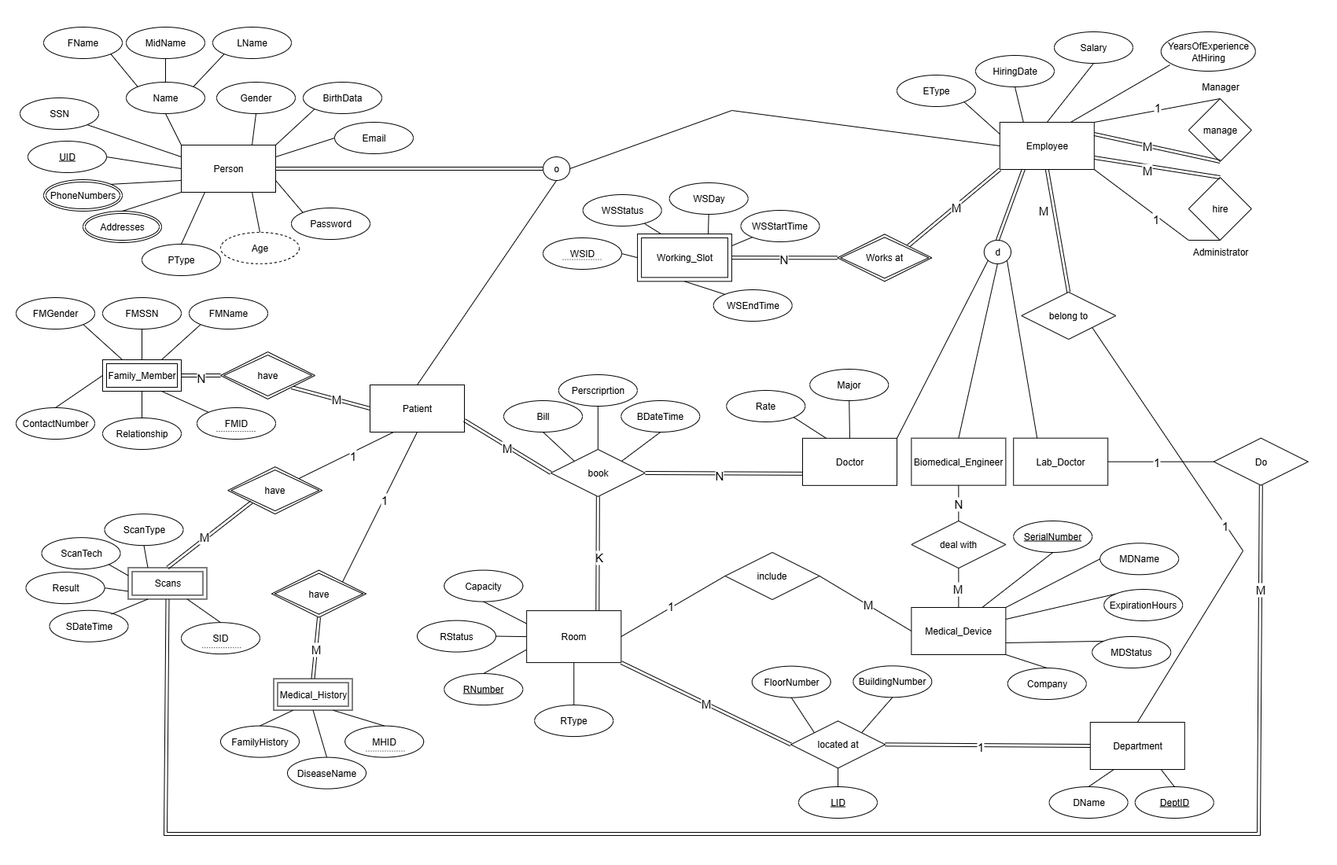
This is deliverables/erd/CMS_ERD.png from MazenAtlam/clinical_management_system, a draw.io export, as it was before one commit. Source tidied: cells renumbered, new cells last; positions are measured from the earlier drawing's top-left corner, leaving out a move shared by most shapes.
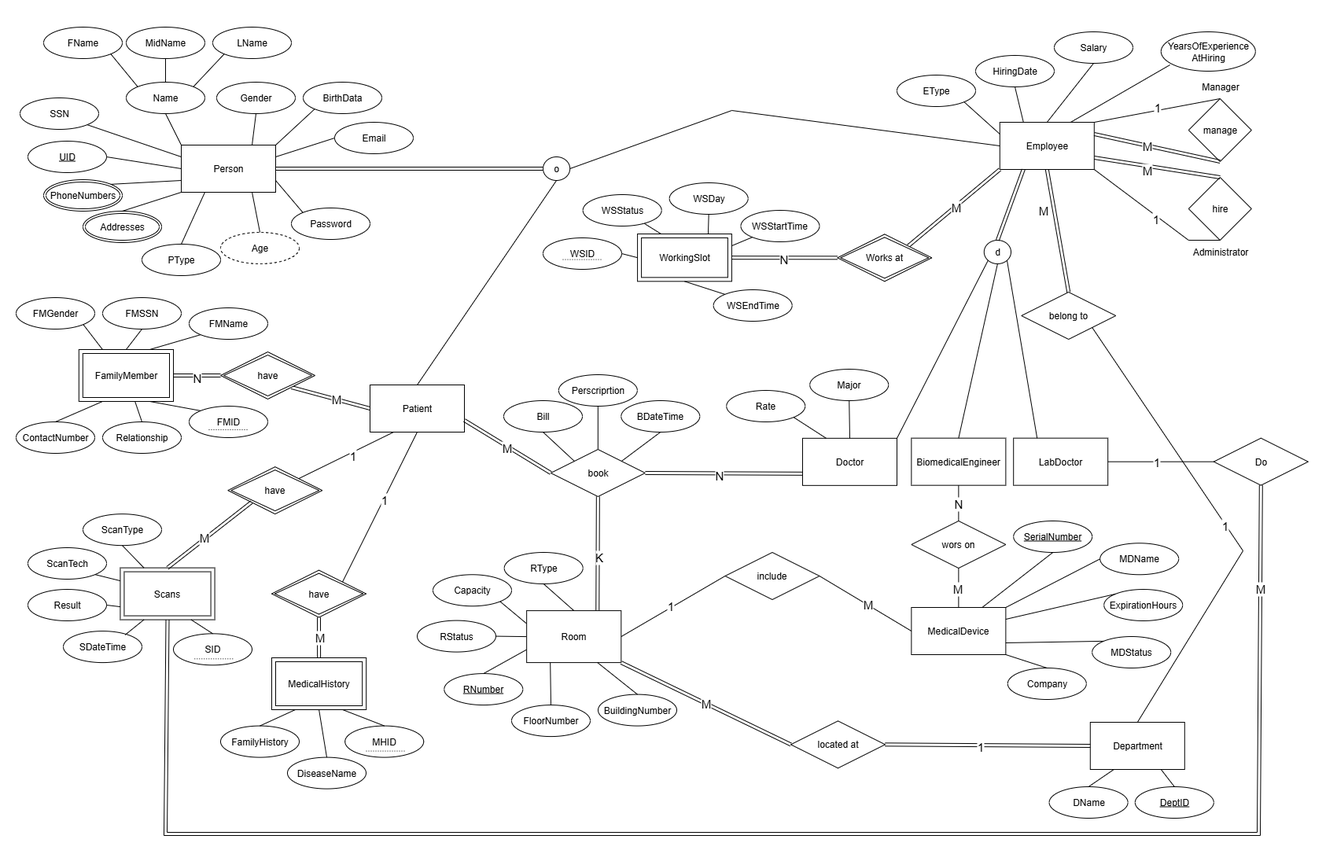
Later version of the same file.

Diff of the diagram source:
```diff
@@ -5,7 +5,7 @@
     <mxCell id="2" value="Department" style="rounded=0;whiteSpace=wrap;html=1;" parent="1" vertex="1">
       <mxGeometry x="1365.8" y="884" width="120" height="60" as="geometry" />
     </mxCell>
-    <mxCell id="3" value="Medical_Device" style="rounded=0;whiteSpace=wrap;html=1;" parent="1" vertex="1">
+    <mxCell id="3" value="MedicalDevice" style="rounded=0;whiteSpace=wrap;html=1;" parent="1" vertex="1">
       <mxGeometry x="1138.4" y="738" width="120" height="60" as="geometry" />
     </mxCell>
     <mxCell id="4" value="Employee" style="rounded=0;whiteSpace=wrap;html=1;" parent="1" vertex="1">
@@ -17,7 +17,7 @@
     <mxCell id="6" value="Doctor" style="rounded=0;whiteSpace=wrap;html=1;" parent="1" vertex="1">
       <mxGeometry x="1000" y="522.8" width="120" height="60" as="geometry" />
     </mxCell>
-    <mxCell id="7" value="Biomedical_Engineer" style="rounded=0;whiteSpace=wrap;html=1;" parent="1" vertex="1">
+    <mxCell id="7" value="BiomedicalEngineer" style="rounded=0;whiteSpace=wrap;html=1;" parent="1" vertex="1">
       <mxGeometry x="1138.4" y="522.7" width="120" height="60" as="geometry" />
     </mxCell>
     <mxCell id="8" value="Salary" style="ellipse;whiteSpace=wrap;html=1;align=center;" parent="1" vertex="1">
@@ -129,7 +129,7 @@
     <mxCell id="38" value="M" style="edgeLabel;html=1;align=center;verticalAlign=middle;fontSize=15;" parent="37" vertex="1">
       <mxGeometry x="-0.02" y="-1" relative="1" as="geometry" />
     </mxCell>
-    <mxCell id="39" value="deal with" style="shape=rhombus;perimeter=rhombusPerimeter;whiteSpace=wrap;html=1;align=center;" parent="1" vertex="1">
+    <mxCell id="39" value="wors on" style="shape=rhombus;perimeter=rhombusPerimeter;whiteSpace=wrap;html=1;align=center;" parent="1" vertex="1">
       <mxGeometry x="1138.4" y="628" width="120" height="60" as="geometry" />
     </mxCell>
     <mxCell id="40" style="endArrow=none;html=1;rounded=0;exitX=0.5;exitY=1;exitDx=0;exitDy=0;entryX=0.5;entryY=0;entryDx=0;entryDy=0;" parent="1" edge="1" source="7" target="39">
@@ -222,7 +222,7 @@
       <mxGeometry relative="1" as="geometry" />
     </mxCell>
     <mxCell id="69" value="Relationship" style="ellipse;whiteSpace=wrap;html=1;align=center;" parent="1" vertex="1">
-      <mxGeometry x="110" y="497" width="100" height="40" as="geometry" />
+      <mxGeometry x="110" y="502" width="100" height="40" as="geometry" />
     </mxCell>
     <mxCell id="70" style="endArrow=none;html=1;rounded=0;exitX=0.5;exitY=0;exitDx=0;exitDy=0;" parent="1" edge="1" source="69" target="157">
       <mxGeometry relative="1" as="geometry" />
@@ -264,7 +264,7 @@
       <mxGeometry relative="1" as="geometry" />
     </mxCell>
     <mxCell id="83" value="FMName" style="ellipse;whiteSpace=wrap;html=1;align=center;" parent="1" vertex="1">
-      <mxGeometry x="220" y="344" width="100" height="40" as="geometry" />
+      <mxGeometry x="220" y="357" width="100" height="40" as="geometry" />
     </mxCell>
     <mxCell id="84" value="FMGender" style="ellipse;whiteSpace=wrap;html=1;align=center;" parent="1" vertex="1">
       <mxGeometry y="344" width="100" height="40" as="geometry" />
@@ -276,9 +276,9 @@
       <mxGeometry relative="1" as="geometry" />
     </mxCell>
     <mxCell id="87" value="ContactNumber" style="ellipse;whiteSpace=wrap;html=1;align=center;" parent="1" vertex="1">
-      <mxGeometry y="484" width="100" height="40" as="geometry" />
+      <mxGeometry y="502" width="100" height="40" as="geometry" />
     </mxCell>
-    <mxCell id="88" style="endArrow=none;html=1;rounded=0;exitX=0;exitY=0.5;exitDx=0;exitDy=0;entryX=0.5;entryY=0;entryDx=0;entryDy=0;" parent="1" edge="1" source="157" target="87">
+    <mxCell id="88" style="endArrow=none;html=1;rounded=0;exitX=0.25;exitY=1;exitDx=0;exitDy=0;entryX=0.5;entryY=0;entryDx=0;entryDy=0;" parent="1" edge="1" source="157" target="87">
       <mxGeometry relative="1" as="geometry" />
     </mxCell>
     <mxCell id="89" value="FamilyHistory" style="ellipse;whiteSpace=wrap;html=1;align=center;" parent="1" vertex="1">
@@ -318,9 +318,9 @@
       <mxGeometry relative="1" as="geometry" />
     </mxCell>
     <mxCell id="101" value="Capacity" style="ellipse;whiteSpace=wrap;html=1;align=center;" parent="1" vertex="1">
-      <mxGeometry x="544.3" y="690.6" width="100" height="40" as="geometry" />
+      <mxGeometry x="530" y="696.3" width="100" height="40" as="geometry" />
     </mxCell>
-    <mxCell id="102" style="endArrow=none;html=1;rounded=0;exitX=0.5;exitY=1;exitDx=0;exitDy=0;entryX=0;entryY=0.25;entryDx=0;entryDy=0;" parent="1" edge="1" source="101" target="136">
+    <mxCell id="102" style="endArrow=none;html=1;rounded=0;exitX=1;exitY=1;exitDx=0;exitDy=0;entryX=0;entryY=0.25;entryDx=0;entryDy=0;" parent="1" edge="1" source="101" target="136">
       <mxGeometry relative="1" as="geometry" />
     </mxCell>
     <mxCell id="103" value="&lt;u&gt;DeptID&lt;/u&gt;" style="ellipse;whiteSpace=wrap;html=1;align=center;" parent="1" vertex="1">
@@ -359,7 +359,7 @@
     <mxCell id="114" style="endArrow=none;html=1;rounded=0;exitX=0.5;exitY=0;exitDx=0;exitDy=0;entryX=0.25;entryY=1;entryDx=0;entryDy=0;" parent="1" edge="1" source="113" target="2">
       <mxGeometry relative="1" as="geometry" />
     </mxCell>
-    <mxCell id="115" value="Working_Slot" style="shape=ext;margin=3;double=1;whiteSpace=wrap;html=1;align=center;" parent="1" vertex="1">
+    <mxCell id="115" value="WorkingSlot" style="shape=ext;margin=3;double=1;whiteSpace=wrap;html=1;align=center;" parent="1" vertex="1">
       <mxGeometry x="790.1" y="263" width="119.8" height="60.3" as="geometry" />
     </mxCell>
     <mxCell id="116" value="WSDay" style="ellipse;whiteSpace=wrap;html=1;align=center;" parent="1" vertex="1">
@@ -375,7 +375,7 @@
       <mxGeometry relative="1" as="geometry" />
     </mxCell>
     <mxCell id="120" value="FMID" style="ellipse;whiteSpace=wrap;html=1;align=center;" parent="1" vertex="1">
-      <mxGeometry x="230" y="484" width="100" height="40" as="geometry" />
+      <mxGeometry x="220" y="482" width="100" height="40" as="geometry" />
     </mxCell>
     <mxCell id="121" style="endArrow=none;html=1;rounded=0;exitX=0.75;exitY=1;exitDx=0;exitDy=0;entryX=0;entryY=0;entryDx=0;entryDy=0;" parent="1" edge="1" source="157" target="120">
       <mxGeometry relative="1" as="geometry" />
@@ -428,26 +428,20 @@
       <mxGeometry x="649.2" y="742.1" width="120.2" height="66" as="geometry" />
     </mxCell>
     <mxCell id="137" value="FloorNumber" style="ellipse;whiteSpace=wrap;html=1;align=center;" parent="1" vertex="1">
-      <mxGeometry x="935.7" y="812.7" width="100" height="40" as="geometry" />
+      <mxGeometry x="630" y="862.1" width="100" height="40" as="geometry" />
     </mxCell>
     <mxCell id="138" value="BuildingNumber" style="ellipse;whiteSpace=wrap;html=1;align=center;" parent="1" vertex="1">
-      <mxGeometry x="1064.3" y="812.3" width="100" height="40" as="geometry" />
+      <mxGeometry x="740" y="848.6" width="100" height="40" as="geometry" />
     </mxCell>
-    <mxCell id="139" style="endArrow=none;html=1;rounded=0;exitX=0.5;exitY=1;exitDx=0;exitDy=0;entryX=0;entryY=0;entryDx=0;entryDy=0;" parent="1" edge="1" source="137" target="141">
+    <mxCell id="139" style="endArrow=none;html=1;rounded=0;exitX=0.5;exitY=0;exitDx=0;exitDy=0;entryX=0.25;entryY=1;entryDx=0;entryDy=0;" parent="1" edge="1" source="137" target="136">
       <mxGeometry relative="1" as="geometry" />
     </mxCell>
-    <mxCell id="140" style="endArrow=none;html=1;rounded=0;exitX=0.5;exitY=1;exitDx=0;exitDy=0;entryX=1;entryY=0;entryDx=0;entryDy=0;" parent="1" edge="1" source="138" target="141">
+    <mxCell id="140" style="endArrow=none;html=1;rounded=0;exitX=0.5;exitY=0;exitDx=0;exitDy=0;entryX=0.75;entryY=1;entryDx=0;entryDy=0;" parent="1" edge="1" source="138" target="136">
       <mxGeometry relative="1" as="geometry" />
     </mxCell>
     <mxCell id="141" value="located at" style="shape=rhombus;perimeter=rhombusPerimeter;whiteSpace=wrap;html=1;align=center;" parent="1" vertex="1">
       <mxGeometry x="985" y="882.3" width="120" height="60" as="geometry" />
     </mxCell>
-    <mxCell id="142" value="&lt;u&gt;LID&lt;/u&gt;" style="ellipse;whiteSpace=wrap;html=1;align=center;" parent="1" vertex="1">
-      <mxGeometry x="995" y="966" width="100" height="40" as="geometry" />
-    </mxCell>
-    <mxCell id="143" style="endArrow=none;html=1;rounded=0;entryX=0.5;entryY=1;entryDx=0;entryDy=0;exitX=0.5;exitY=0;exitDx=0;exitDy=0;" parent="1" edge="1" source="142" target="141">
-      <mxGeometry relative="1" as="geometry" />
-    </mxCell>
     <mxCell id="144" style="endArrow=none;html=1;rounded=0;exitX=1;exitY=0.5;exitDx=0;exitDy=0;entryX=0;entryY=0.5;entryDx=0;entryDy=0;shape=link;" parent="1" edge="1" source="141" target="2">
       <mxGeometry relative="1" as="geometry" />
     </mxCell>
@@ -493,16 +487,16 @@
     <mxCell id="156" style="endArrow=none;html=1;rounded=0;exitX=0;exitY=0;exitDx=0;exitDy=0;entryX=0.5;entryY=1;entryDx=0;entryDy=0;" parent="1" edge="1" source="154" target="115">
       <mxGeometry relative="1" as="geometry" />
     </mxCell>
-    <mxCell id="157" value="Family_Member" style="shape=ext;margin=3;double=1;whiteSpace=wrap;html=1;align=center;" parent="1" vertex="1">
-      <mxGeometry x="110" y="423" width="100" height="40" as="geometry" />
+    <mxCell id="157" value="FamilyMember" style="shape=ext;margin=3;double=1;whiteSpace=wrap;html=1;align=center;" parent="1" vertex="1">
+      <mxGeometry x="79.8" y="410" width="120.2" height="66" as="geometry" />
     </mxCell>
-    <mxCell id="158" value="Medical_History" style="shape=ext;margin=3;double=1;whiteSpace=wrap;html=1;align=center;" parent="1" vertex="1">
-      <mxGeometry x="327.5" y="828.6" width="100" height="40" as="geometry" />
+    <mxCell id="158" value="MedicalHistory" style="shape=ext;margin=3;double=1;whiteSpace=wrap;html=1;align=center;" parent="1" vertex="1">
+      <mxGeometry x="325" y="802" width="120.2" height="66" as="geometry" />
     </mxCell>
     <mxCell id="159" value="RType" style="ellipse;whiteSpace=wrap;html=1;align=center;" parent="1" vertex="1">
-      <mxGeometry x="659.2" y="862.1" width="100" height="40" as="geometry" />
+      <mxGeometry x="620.7" y="668" width="100" height="40" as="geometry" />
     </mxCell>
-    <mxCell id="160" style="endArrow=none;html=1;rounded=0;exitX=0.5;exitY=0;exitDx=0;exitDy=0;entryX=0.5;entryY=1;entryDx=0;entryDy=0;" parent="1" edge="1" source="159" target="136">
+    <mxCell id="160" style="endArrow=none;html=1;rounded=0;exitX=0.5;exitY=1;exitDx=0;exitDy=0;entryX=0.5;entryY=0;entryDx=0;entryDy=0;" parent="1" edge="1" source="159" target="136">
       <mxGeometry relative="1" as="geometry" />
     </mxCell>
     <mxCell id="161" value="have" style="shape=rhombus;double=1;perimeter=rhombusPerimeter;whiteSpace=wrap;html=1;align=center;" parent="1" vertex="1">
@@ -519,8 +513,8 @@
     </mxCell>
     <mxCell id="164" style="endArrow=none;html=1;rounded=0;dashed=1;dashPattern=1 2;" parent="1" edge="1">
       <mxGeometry relative="1" as="geometry">
-        <mxPoint x="255" y="514" as="sourcePoint" />
-        <mxPoint x="305" y="514" as="targetPoint" />
+        <mxPoint x="245" y="512" as="sourcePoint" />
+        <mxPoint x="295" y="512" as="targetPoint" />
       </mxGeometry>
     </mxCell>
     <mxCell id="165" style="html=1;whiteSpace=wrap;align=right;verticalAlign=bottom;" parent="164" vertex="1">
@@ -570,7 +564,7 @@
       <mxGeometry relative="1" as="geometry" />
     </mxCell>
     <mxCell id="179" value="Scans" style="shape=ext;margin=3;double=1;whiteSpace=wrap;html=1;align=center;" parent="1" vertex="1">
-      <mxGeometry x="142.5" y="687.4" width="100" height="40" as="geometry" />
+      <mxGeometry x="132.4" y="687.6" width="120.2" height="66" as="geometry" />
     </mxCell>
     <mxCell id="180" value="have" style="shape=rhombus;double=1;perimeter=rhombusPerimeter;whiteSpace=wrap;html=1;align=center;" parent="1" vertex="1">
       <mxGeometry x="269.3" y="559.2" width="120" height="60" as="geometry" />
@@ -592,25 +586,25 @@
       </mxGeometry>
     </mxCell>
     <mxCell id="185" value="ScanType" style="ellipse;whiteSpace=wrap;html=1;align=center;" parent="1" vertex="1">
-      <mxGeometry x="112.5" y="619.2" width="100" height="40" as="geometry" />
+      <mxGeometry x="85" y="619.2" width="100" height="40" as="geometry" />
     </mxCell>
     <mxCell id="186" style="endArrow=none;html=1;rounded=0;exitX=0.5;exitY=1;exitDx=0;exitDy=0;entryX=0.25;entryY=0;entryDx=0;entryDy=0;" parent="1" edge="1" source="185" target="179">
       <mxGeometry relative="1" as="geometry" />
     </mxCell>
     <mxCell id="187" value="ScanTech" style="ellipse;whiteSpace=wrap;html=1;align=center;" parent="1" vertex="1">
-      <mxGeometry x="32.5" y="649.2" width="100" height="40" as="geometry" />
+      <mxGeometry x="15" y="662" width="100" height="40" as="geometry" />
     </mxCell>
     <mxCell id="188" style="endArrow=none;html=1;rounded=0;exitX=1;exitY=1;exitDx=0;exitDy=0;entryX=0;entryY=0.25;entryDx=0;entryDy=0;" parent="1" edge="1" source="187" target="179">
       <mxGeometry relative="1" as="geometry" />
     </mxCell>
     <mxCell id="189" value="Result" style="ellipse;whiteSpace=wrap;html=1;align=center;" parent="1" vertex="1">
-      <mxGeometry x="12.5" y="693.2" width="100" height="40" as="geometry" />
+      <mxGeometry x="15" y="715" width="100" height="40" as="geometry" />
     </mxCell>
     <mxCell id="190" style="endArrow=none;html=1;rounded=0;exitX=1;exitY=0.5;exitDx=0;exitDy=0;entryX=0;entryY=0.75;entryDx=0;entryDy=0;" parent="1" edge="1" source="189" target="179">
       <mxGeometry relative="1" as="geometry" />
     </mxCell>
     <mxCell id="191" value="SDateTime" style="ellipse;whiteSpace=wrap;html=1;align=center;" parent="1" vertex="1">
-      <mxGeometry x="42.5" y="741.8" width="100" height="40" as="geometry" />
+      <mxGeometry x="60" y="768.1" width="100" height="40" as="geometry" />
     </mxCell>
     <mxCell id="192" style="endArrow=none;html=1;rounded=0;exitX=0.786;exitY=0.12;exitDx=0;exitDy=0;entryX=0.25;entryY=1;entryDx=0;entryDy=0;exitPerimeter=0;" parent="1" edge="1" source="191" target="179">
       <mxGeometry relative="1" as="geometry" />
@@ -627,7 +621,7 @@
     <mxCell id="196" style="endArrow=none;html=1;rounded=0;entryX=1;entryY=1;entryDx=0;entryDy=0;exitX=0.25;exitY=0;exitDx=0;exitDy=0;" parent="1" edge="1" source="6" target="195">
       <mxGeometry relative="1" as="geometry" />
     </mxCell>
-    <mxCell id="197" value="Lab_Doctor" style="rounded=0;whiteSpace=wrap;html=1;" parent="1" vertex="1">
+    <mxCell id="197" value="LabDoctor" style="rounded=0;whiteSpace=wrap;html=1;" parent="1" vertex="1">
       <mxGeometry x="1268.2" y="522.7" width="120" height="60" as="geometry" />
     </mxCell>
     <mxCell id="198" value="Do" style="shape=rhombus;perimeter=rhombusPerimeter;whiteSpace=wrap;html=1;align=center;" parent="1" vertex="1">
@@ -659,12 +653,12 @@
       <mxGeometry relative="1" as="geometry" />
     </mxCell>
     <mxCell id="205" value="SID" style="ellipse;whiteSpace=wrap;html=1;align=center;" parent="1" vertex="1">
-      <mxGeometry x="210" y="757.2" width="100" height="40" as="geometry" />
+      <mxGeometry x="200" y="771.3" width="100" height="40" as="geometry" />
     </mxCell>
     <mxCell id="206" style="endArrow=none;html=1;rounded=0;dashed=1;dashPattern=1 2;" parent="1" edge="1">
       <mxGeometry relative="1" as="geometry">
-        <mxPoint x="236.8" y="789.2" as="sourcePoint" />
-        <mxPoint x="286.8" y="789.2" as="targetPoint" />
+        <mxPoint x="226.8" y="803.3" as="sourcePoint" />
+        <mxPoint x="276.8" y="803.3" as="targetPoint" />
       </mxGeometry>
     </mxCell>
     <mxCell id="207" style="html=1;whiteSpace=wrap;align=right;verticalAlign=bottom;" parent="206" vertex="1">
```
